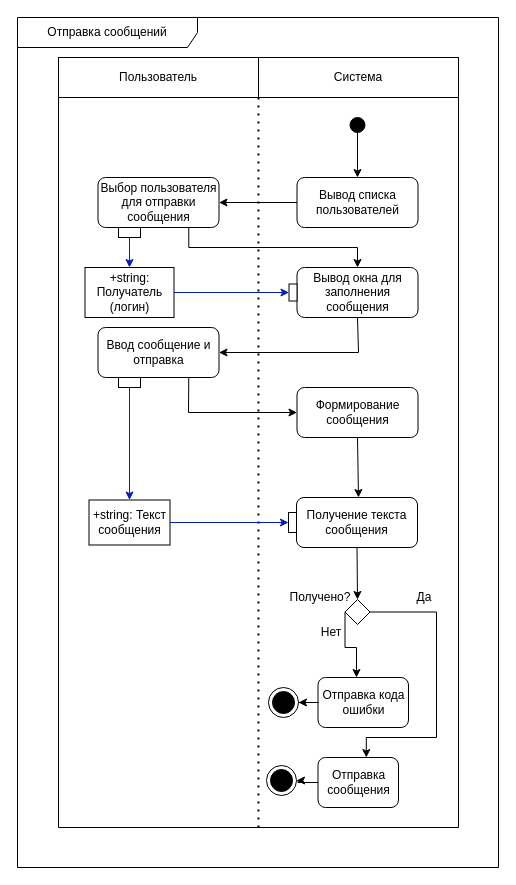
Before: docs/raw_diagrams/отправка сообщения++.drawio in AS2/habrolink, a draw.io diagram. Source tidied: cells renumbered, new cells numbered last; positions are measured from the earlier drawing's top-left corner, leaving out a move shared by most shapes. Both pictures are drawn from the tidied source at 100%, with x=0, y=0 at pixel (17, 17).
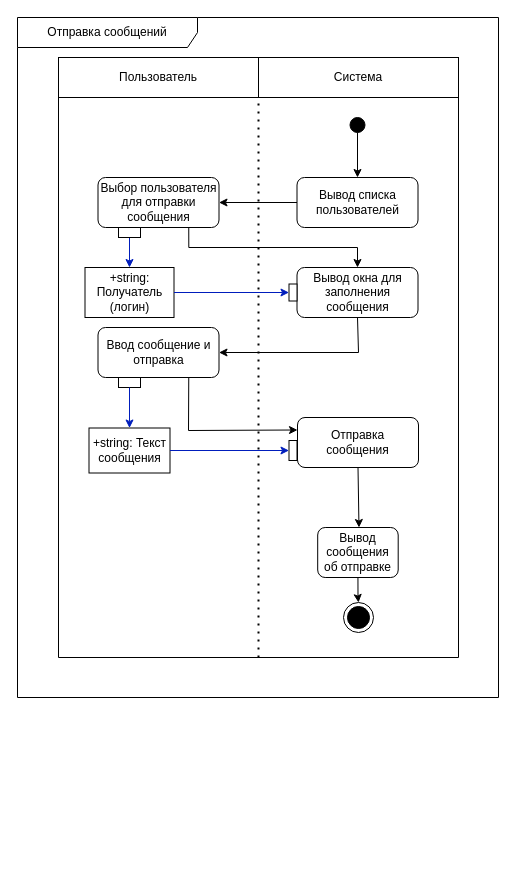
The same diagram, later.

Unchanged cells that the change refers to:
```xml
<mxCell id="3" value="Пользователь" style="text;html=1;strokeColor=default;fillColor=none;align=center;verticalAlign=middle;whiteSpace=wrap;rounded=0;" parent="1" vertex="1">
  <mxGeometry x="41" y="40" width="200" height="40" as="geometry" />
</mxCell>
<mxCell id="4" value="Система" style="text;html=1;strokeColor=default;fillColor=none;align=center;verticalAlign=middle;whiteSpace=wrap;rounded=0;" parent="1" vertex="1">
  <mxGeometry x="241" y="40" width="200" height="40" as="geometry" />
</mxCell>
<mxCell id="31" value="Ввод сообщение и отправка" style="text;html=1;strokeColor=default;fillColor=none;align=center;verticalAlign=middle;whiteSpace=wrap;rounded=1;" parent="1" vertex="1">
  <mxGeometry x="80.5" y="310" width="121" height="50" as="geometry" />
</mxCell>
```

Change to the diagram source:
```diff
@@
     <mxCell id="12" style="endArrow=none;dashed=1;html=1;dashPattern=1 3;strokeWidth=2;rounded=0;entryX=0;entryY=1;entryDx=0;entryDy=0;" parent="1" edge="1" target="4">
       <mxGeometry relative="1" as="geometry">
-        <mxPoint x="241" y="810" as="sourcePoint" />
+        <mxPoint x="241" y="640" as="sourcePoint" />
       </mxGeometry>
     </mxCell>
     <mxCell id="13" style="endArrow=none;html=1;rounded=0;entryX=0;entryY=1;entryDx=0;entryDy=0;" parent="1" edge="1" target="3">
       <mxGeometry relative="1" as="geometry">
-        <mxPoint x="41" y="810" as="sourcePoint" />
+        <mxPoint x="41" y="640" as="sourcePoint" />
       </mxGeometry>
     </mxCell>
-    <mxCell id="14" value="Получение текста сообщения" style="text;html=1;strokeColor=default;fillColor=none;align=center;verticalAlign=middle;whiteSpace=wrap;rounded=1;" parent="1" vertex="1">
-      <mxGeometry x="279" y="480" width="121" height="50" as="geometry" />
-    </mxCell>
-    <mxCell id="15" style="endArrow=classic;html=1;rounded=0;exitX=0.5;exitY=1;exitDx=0;exitDy=0;entryX=0.5;entryY=0;entryDx=0;entryDy=0;" parent="1" edge="1" source="14" target="18">
-      <mxGeometry relative="1" as="geometry" />
-    </mxCell>
-    <mxCell id="16" style="edgeStyle=orthogonalEdgeStyle;rounded=0;jettySize=auto;html=1;exitX=1;exitY=0.5;exitDx=0;exitDy=0;entryX=0.5;entryY=0;entryDx=0;entryDy=0;" parent="1" edge="1" source="18">
-      <mxGeometry relative="1" as="geometry">
-        <mxPoint x="348.8" y="740" as="targetPoint" />
-        <Array as="points">
-          <mxPoint x="419" y="595" />
-          <mxPoint x="419" y="720" />
-          <mxPoint x="349" y="720" />
-        </Array>
-      </mxGeometry>
-    </mxCell>
-    <mxCell id="17" style="edgeStyle=orthogonalEdgeStyle;rounded=0;jettySize=auto;html=1;exitX=0;exitY=0.5;exitDx=0;exitDy=0;entryX=0.5;entryY=0;entryDx=0;entryDy=0;" parent="1" edge="1" source="18">
-      <mxGeometry relative="1" as="geometry">
-        <mxPoint x="339" y="660" as="targetPoint" />
-        <Array as="points">
-          <mxPoint x="328" y="630" />
-          <mxPoint x="339" y="630" />
-        </Array>
-      </mxGeometry>
-    </mxCell>
-    <mxCell id="18" style="rhombus;whiteSpace=wrap;html=1;" parent="1" vertex="1">
-      <mxGeometry x="327.5" y="582" width="25" height="25" as="geometry" />
-    </mxCell>
-    <mxCell id="19" value="Получено?" style="text;html=1;strokeColor=none;fillColor=none;align=center;verticalAlign=middle;whiteSpace=wrap;rounded=0;" parent="1" vertex="1">
-      <mxGeometry x="273" y="567" width="60" height="25" as="geometry" />
-    </mxCell>
-    <mxCell id="20" value="Нет" style="text;html=1;strokeColor=none;fillColor=none;align=center;verticalAlign=middle;whiteSpace=wrap;rounded=0;" parent="1" vertex="1">
-      <mxGeometry x="284" y="600" width="60" height="30" as="geometry" />
-    </mxCell>
-    <mxCell id="21" value="Отправка кода ошибки" style="text;html=1;strokeColor=default;fillColor=none;align=center;verticalAlign=middle;whiteSpace=wrap;rounded=1;" parent="1" vertex="1">
-      <mxGeometry x="300.5" y="660" width="90.5" height="50" as="geometry" />
-    </mxCell>
     <mxCell id="22" style="endArrow=none;html=1;rounded=0;entryX=0;entryY=1;entryDx=0;entryDy=0;" parent="1" edge="1">
       <mxGeometry relative="1" as="geometry">
-        <mxPoint x="441" y="810" as="sourcePoint" />
+        <mxPoint x="441" y="640" as="sourcePoint" />
         <mxPoint x="441" y="80" as="targetPoint" />
       </mxGeometry>
     </mxCell>
-    <mxCell id="23" value="Да" style="text;html=1;strokeColor=none;fillColor=none;align=center;verticalAlign=middle;whiteSpace=wrap;rounded=0;" parent="1" vertex="1">
-      <mxGeometry x="377" y="564.5" width="60" height="30" as="geometry" />
-    </mxCell>
-    <mxCell id="24" style="edgeStyle=orthogonalEdgeStyle;rounded=0;jettySize=auto;html=1;exitX=0;exitY=0.5;exitDx=0;exitDy=0;" parent="1" edge="1" source="21" target="25">
-      <mxGeometry relative="1" as="geometry" />
-    </mxCell>
-    <mxCell id="25" style="ellipse;html=1;shape=endState;fillColor=strokeColor;" parent="1" vertex="1">
-      <mxGeometry x="251" y="670" width="30" height="30" as="geometry" />
-    </mxCell>
-    <mxCell id="26" value="Отправка сообщения" style="text;html=1;strokeColor=default;fillColor=none;align=center;verticalAlign=middle;whiteSpace=wrap;rounded=1;" parent="1" vertex="1">
-      <mxGeometry x="300.5" y="740" width="80.5" height="50" as="geometry" />
+    <mxCell id="26" value="Вывод сообщения об отправке" style="text;html=1;strokeColor=default;fillColor=none;align=center;verticalAlign=middle;whiteSpace=wrap;rounded=1;" parent="1" vertex="1">
+      <mxGeometry x="300.2" y="510" width="80.5" height="50" as="geometry" />
     </mxCell>
     <mxCell id="27" style="endArrow=none;html=1;rounded=0;" parent="1" edge="1">
       <mxGeometry relative="1" as="geometry">
-        <mxPoint x="41" y="810" as="sourcePoint" />
-        <mxPoint x="441" y="810" as="targetPoint" />
+        <mxPoint x="41" y="640" as="sourcePoint" />
+        <mxPoint x="441" y="640" as="targetPoint" />
       </mxGeometry>
     </mxCell>
     <mxCell id="28" style="ellipse;html=1;shape=endState;fillColor=strokeColor;" parent="1" vertex="1">
-      <mxGeometry x="249" y="748" width="30" height="30" as="geometry" />
+      <mxGeometry x="326" y="585" width="30" height="30" as="geometry" />
     </mxCell>
-    <mxCell id="29" style="edgeStyle=orthogonalEdgeStyle;rounded=0;jettySize=auto;html=1;exitX=0;exitY=0.5;exitDx=0;exitDy=0;" parent="1" edge="1" source="26" target="28">
+    <mxCell id="29" style="edgeStyle=orthogonalEdgeStyle;rounded=0;jettySize=auto;html=1;exitX=0.5;exitY=1;exitDx=0;exitDy=0;" parent="1" edge="1" source="26" target="28">
       <mxGeometry relative="1" as="geometry" />
     </mxCell>
     <mxCell id="30" value="Отправка сообщений" style="shape=umlFrame;whiteSpace=wrap;html=1;width=180;height=30;" parent="1" vertex="1">
-      <mxGeometry width="481" height="850" as="geometry" />
+      <mxGeometry width="481" height="680" as="geometry" />
     </mxCell>
@@
-    <mxCell id="32" style="endArrow=classic;html=1;rounded=0;exitX=0.75;exitY=1;exitDx=0;exitDy=0;entryX=0;entryY=0.5;entryDx=0;entryDy=0;" parent="1" edge="1" source="31" target="33">
+    <mxCell id="32" style="endArrow=classic;html=1;rounded=0;exitX=0.75;exitY=1;exitDx=0;exitDy=0;entryX=0;entryY=0.25;entryDx=0;entryDy=0;" parent="1" edge="1" source="31" target="33">
       <mxGeometry relative="1" as="geometry">
         <Array as="points">
-          <mxPoint x="171" y="395" />
+          <mxPoint x="171" y="413" />
         </Array>
       </mxGeometry>
     </mxCell>
-    <mxCell id="33" value="Формирование сообщения" style="text;html=1;strokeColor=default;fillColor=none;align=center;verticalAlign=middle;whiteSpace=wrap;rounded=1;" parent="1" vertex="1">
-      <mxGeometry x="279.5" y="370" width="121" height="50" as="geometry" />
+    <mxCell id="33" value="Отправка сообщения" style="text;html=1;strokeColor=default;fillColor=none;align=center;verticalAlign=middle;whiteSpace=wrap;rounded=1;" parent="1" vertex="1">
+      <mxGeometry x="280" y="400" width="121" height="50" as="geometry" />
     </mxCell>
     <mxCell id="34" style="endArrow=classic;html=1;rounded=0;exitX=0.5;exitY=1;exitDx=0;exitDy=0;" parent="1" edge="1" source="33">
       <mxGeometry relative="1" as="geometry">
-        <mxPoint x="341" y="480" as="targetPoint" />
+        <mxPoint x="341.5" y="510" as="targetPoint" />
       </mxGeometry>
     </mxCell>
     <mxCell id="35" style="rounded=0;whiteSpace=wrap;html=1;" parent="1" vertex="1">
-      <mxGeometry x="271" y="495" width="8" height="20" as="geometry" />
+      <mxGeometry x="271.5" y="423" width="8" height="20" as="geometry" />
     </mxCell>
@@
     <mxCell id="38" value="+string: Текст сообщения" style="rounded=0;whiteSpace=wrap;html=1;" parent="1" vertex="1">
-      <mxGeometry x="71.5" y="482.5" width="81" height="45" as="geometry" />
+      <mxGeometry x="71.5" y="410.5" width="81" height="45" as="geometry" />
     </mxCell>
```
